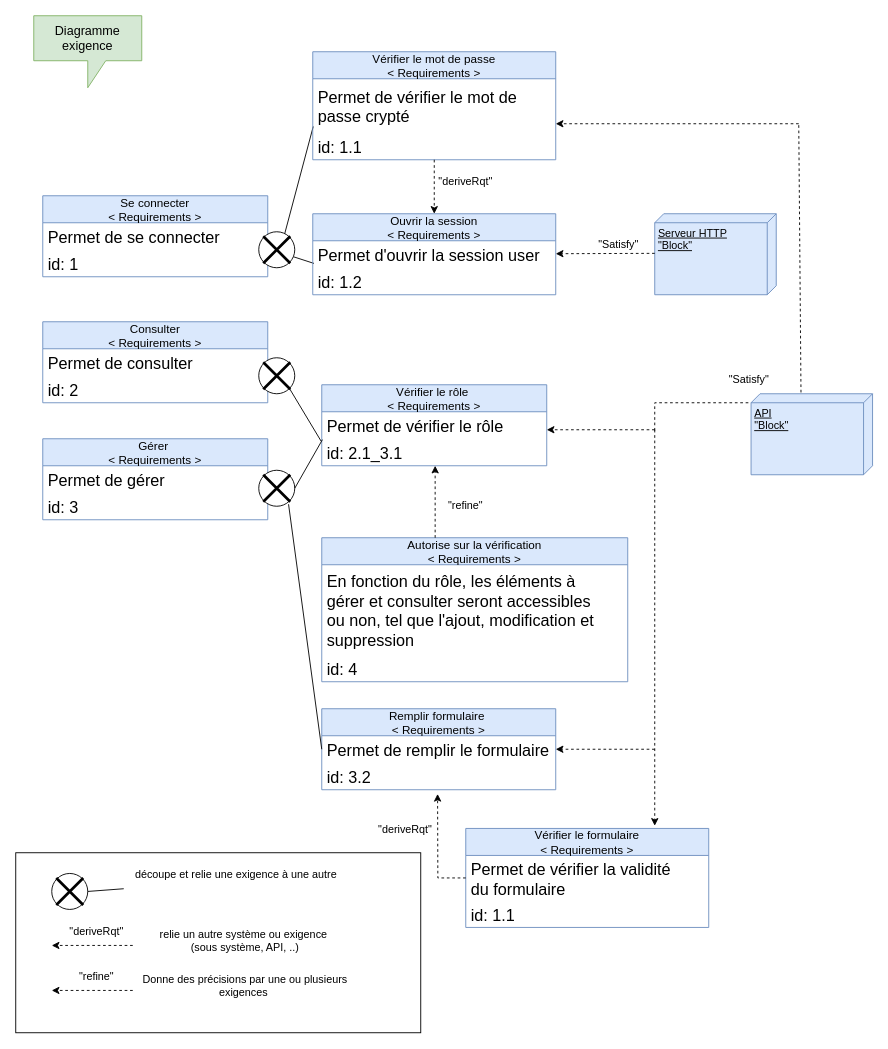
The draw.io diagram page "Exigence" (1 of 5) of Diagrammes/diagrammesDragNReceive.drawio in KadenHD/DragNReceive_General, before the edit. Source tidied: cells renumbered, new cells numbered last; positions are measured from the earlier drawing's top-left corner, leaving out a move shared by most shapes. Both pictures are drawn from the tidied source at 90%, with x=0, y=0 at pixel (15, 15).
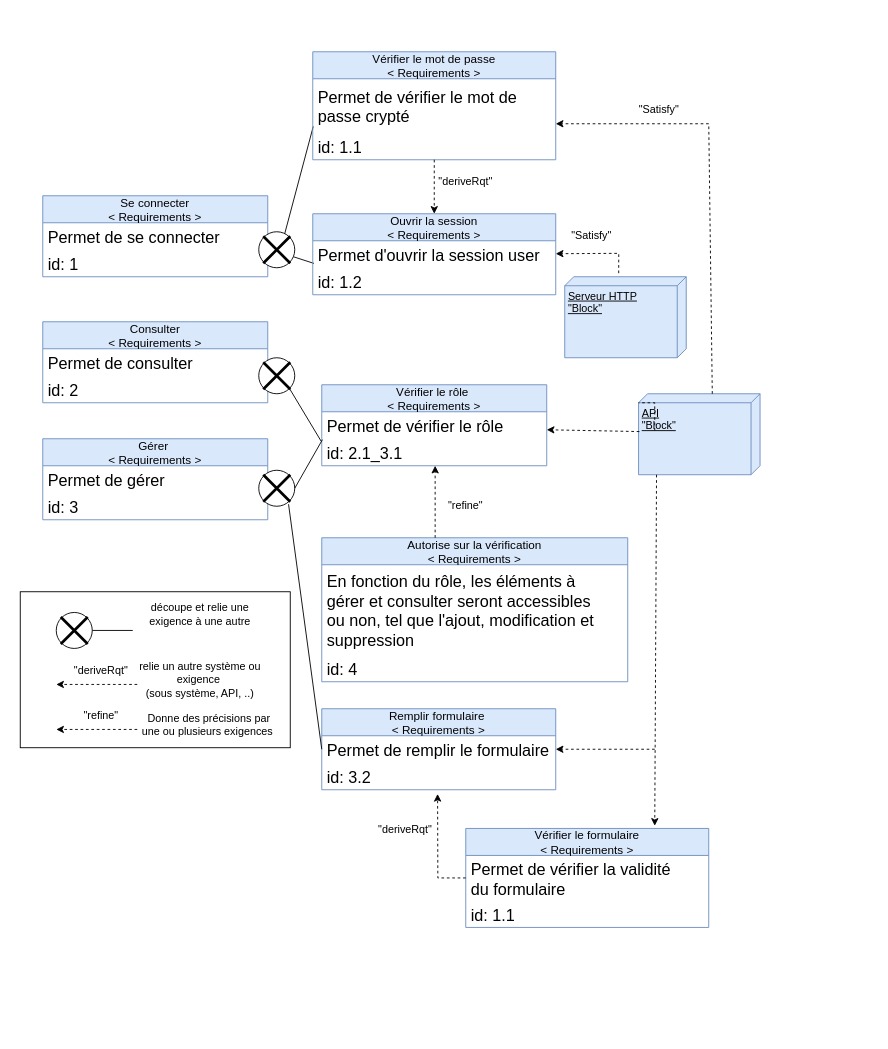
Above is the later version.

What changed in the source:
```diff
@@
     <mxCell id="6" style="rounded=0;whiteSpace=wrap;html=1;" parent="1" vertex="1">
-      <mxGeometry y="930" width="450" height="200" as="geometry" />
+      <mxGeometry x="5" y="640" width="300" height="173.3" as="geometry" />
     </mxCell>
     <mxCell id="7" style="ellipse;whiteSpace=wrap;html=1;" parent="1" vertex="1">
-      <mxGeometry x="40" y="953" width="40" height="40" as="geometry" />
+      <mxGeometry x="45" y="663" width="40" height="40" as="geometry" />
     </mxCell>
     <mxCell id="8" style="shape=umlDestroy;whiteSpace=wrap;html=1;strokeWidth=3;" parent="1" vertex="1">
-      <mxGeometry x="45" y="958" width="30" height="30" as="geometry" />
+      <mxGeometry x="50" y="668" width="30" height="30" as="geometry" />
     </mxCell>
     <mxCell id="9" value="découpe et relie une exigence à une autre" style="text;html=1;strokeColor=none;fillColor=none;align=center;verticalAlign=middle;whiteSpace=wrap;rounded=0;" parent="1" vertex="1">
-      <mxGeometry x="120" y="940" width="250" height="30" as="geometry" />
+      <mxGeometry x="125" y="650" width="160" height="30" as="geometry" />
     </mxCell>
     <mxCell id="10" style="edgeStyle=none;rounded=0;orthogonalLoop=1;jettySize=auto;html=1;dashed=1;entryX=0;entryY=0.5;entryDx=0;entryDy=0;" parent="1" edge="1">
       <mxGeometry relative="1" as="geometry">
-        <mxPoint x="130" y="1033" as="sourcePoint" />
-        <mxPoint x="40" y="1033" as="targetPoint" />
+        <mxPoint x="135" y="743" as="sourcePoint" />
+        <mxPoint x="45" y="743" as="targetPoint" />
       </mxGeometry>
     </mxCell>
     <mxCell id="11" value="relie un autre système ou exigence&amp;nbsp;&lt;br&gt;(sous système, API, ..)" style="text;html=1;strokeColor=none;fillColor=none;align=center;verticalAlign=middle;whiteSpace=wrap;rounded=0;" parent="1" vertex="1">
-      <mxGeometry x="130" y="1013" width="250" height="30" as="geometry" />
+      <mxGeometry x="135" y="723" width="140" height="30" as="geometry" />
     </mxCell>
     <mxCell id="12" value="Donne des précisions par une ou plusieurs exigences&amp;nbsp;" style="text;html=1;strokeColor=none;fillColor=none;align=center;verticalAlign=middle;whiteSpace=wrap;rounded=0;" parent="1" vertex="1">
-      <mxGeometry x="130" y="1063" width="250" height="30" as="geometry" />
+      <mxGeometry x="135" y="773" width="160" height="30" as="geometry" />
     </mxCell>
     <mxCell id="13" style="edgeStyle=none;rounded=0;orthogonalLoop=1;jettySize=auto;html=1;dashed=1;entryX=0;entryY=0.5;entryDx=0;entryDy=0;" parent="1" edge="1">
       <mxGeometry relative="1" as="geometry">
-        <mxPoint x="130" y="1083" as="sourcePoint" />
-        <mxPoint x="40" y="1083" as="targetPoint" />
+        <mxPoint x="135" y="793" as="sourcePoint" />
+        <mxPoint x="45" y="793" as="targetPoint" />
       </mxGeometry>
     </mxCell>
     <mxCell id="14" value="&quot;deriveRqt&quot;" style="text;html=1;strokeColor=none;fillColor=none;align=center;verticalAlign=middle;whiteSpace=wrap;rounded=0;" parent="1" vertex="1">
-      <mxGeometry x="60" y="1003" width="60" height="30" as="geometry" />
+      <mxGeometry x="65" y="713" width="60" height="30" as="geometry" />
     </mxCell>
     <mxCell id="15" value="&quot;refine&quot;" style="text;html=1;strokeColor=none;fillColor=none;align=center;verticalAlign=middle;whiteSpace=wrap;rounded=0;" parent="1" vertex="1">
-      <mxGeometry x="60" y="1053" width="60" height="30" as="geometry" />
+      <mxGeometry x="65" y="763" width="60" height="30" as="geometry" />
     </mxCell>
-    <mxCell id="16" value="Diagramme exigence" style="shape=callout;whiteSpace=wrap;html=1;perimeter=calloutPerimeter;rounded=0;fontSize=14;strokeWidth=1;verticalAlign=middle;fillColor=#d5e8d4;strokeColor=#82b366;" parent="1" vertex="1">
-      <mxGeometry x="20" width="120" height="80" as="geometry" />
-    </mxCell>
@@
     <mxCell id="24" style="edgeStyle=none;rounded=0;orthogonalLoop=1;jettySize=auto;html=1;dashed=1;entryX=0;entryY=0.5;entryDx=0;entryDy=0;" parent="1" edge="1">
       <mxGeometry relative="1" as="geometry">
-        <mxPoint x="870" y="120" as="sourcePoint" />
+        <mxPoint x="770" y="120" as="sourcePoint" />
         <mxPoint x="600" y="120" as="targetPoint" />
       </mxGeometry>
     </mxCell>
     <mxCell id="25" value="&quot;Satisfy&quot;" style="text;html=1;strokeColor=none;fillColor=none;align=center;verticalAlign=middle;whiteSpace=wrap;rounded=0;" parent="1" vertex="1">
-      <mxGeometry x="785" y="390" width="60" height="30" as="geometry" />
+      <mxGeometry x="685" y="90" width="60" height="30" as="geometry" />
     </mxCell>
@@
     <mxCell id="32" value="API&lt;br&gt;&quot;Block&quot;" style="verticalAlign=top;align=left;spacingTop=8;spacingLeft=2;spacingRight=12;shape=cube;size=10;direction=south;fontStyle=4;html=1;fillColor=#dae8fc;strokeColor=#6c8ebf;" parent="1" vertex="1">
-      <mxGeometry x="817" y="420" width="135" height="90" as="geometry" />
+      <mxGeometry x="692" y="420" width="135" height="90" as="geometry" />
     </mxCell>
@@
-    <mxCell id="46" style="edgeStyle=none;rounded=0;orthogonalLoop=1;jettySize=auto;html=1;dashed=1;entryX=0;entryY=0.5;entryDx=0;entryDy=0;" parent="1" edge="1">
+    <mxCell id="46" style="edgeStyle=none;rounded=0;jettySize=auto;html=1;dashed=1;entryX=0;entryY=0.5;entryDx=0;entryDy=0;exitX=0.467;exitY=0.993;exitDx=0;exitDy=0;exitPerimeter=0;" parent="1" edge="1" source="32">
       <mxGeometry relative="1" as="geometry">
-        <mxPoint x="710" y="460" as="sourcePoint" />
         <mxPoint x="590" y="460" as="targetPoint" />
       </mxGeometry>
     </mxCell>
-    <mxCell id="47" style="endArrow=none;html=1;rounded=0;fontSize=13;horizontal=1;verticalAlign=middle;exitX=1;exitY=0.5;exitDx=0;exitDy=0;entryX=0;entryY=1;entryDx=0;entryDy=0;" parent="1" edge="1" source="7" target="9">
-      <mxGeometry relative="1" as="geometry" />
+    <mxCell id="47" style="endArrow=none;html=1;rounded=0;fontSize=13;horizontal=1;verticalAlign=middle;exitX=1;exitY=0.5;exitDx=0;exitDy=0;" parent="1" edge="1" source="7">
+      <mxGeometry relative="1" as="geometry">
+        <mxPoint x="130" y="683" as="targetPoint" />
+      </mxGeometry>
     </mxCell>
@@
-    <mxCell id="62" style="edgeStyle=none;rounded=0;orthogonalLoop=1;jettySize=auto;html=1;dashed=1;" parent="1" edge="1">
+    <mxCell id="62" style="edgeStyle=none;rounded=0;jettySize=auto;html=1;dashed=1;exitX=1;exitY=0.852;exitDx=0;exitDy=0;exitPerimeter=0;" parent="1" edge="1" source="32">
       <mxGeometry relative="1" as="geometry">
-        <mxPoint x="710" y="460" as="sourcePoint" />
         <mxPoint x="710" y="900" as="targetPoint" />
       </mxGeometry>
     </mxCell>
@@
-    <mxCell id="65" style="endArrow=none;dashed=1;html=1;rounded=0;exitX=-0.016;exitY=0.589;exitDx=0;exitDy=0;exitPerimeter=0;" parent="1" edge="1" source="32">
+    <mxCell id="65" style="endArrow=none;dashed=1;html=1;rounded=0;exitX=0;exitY=0.393;exitDx=0;exitDy=0;exitPerimeter=0;" parent="1" edge="1" source="32">
       <mxGeometry relative="1" as="geometry">
-        <mxPoint x="870" y="120" as="targetPoint" />
+        <mxPoint x="770" y="120" as="targetPoint" />
       </mxGeometry>
     </mxCell>
     <mxCell id="66" value="Serveur HTTP&lt;br&gt;&quot;Block&quot;" style="verticalAlign=top;align=left;spacingTop=8;spacingLeft=2;spacingRight=12;shape=cube;size=10;direction=south;fontStyle=4;html=1;fillColor=#dae8fc;strokeColor=#6c8ebf;" parent="1" vertex="1">
-      <mxGeometry x="710" y="220" width="135" height="90" as="geometry" />
+      <mxGeometry x="610" y="290" width="135" height="90" as="geometry" />
     </mxCell>
-    <mxCell id="67" style="edgeStyle=none;rounded=0;orthogonalLoop=1;jettySize=auto;html=1;dashed=1;entryX=0;entryY=0.5;entryDx=0;entryDy=0;" parent="1" edge="1">
+    <mxCell id="67" style="edgeStyle=none;rounded=0;jettySize=auto;html=1;dashed=1;entryX=0;entryY=0.5;entryDx=0;entryDy=0;exitX=-0.044;exitY=0.556;exitDx=0;exitDy=0;exitPerimeter=0;" parent="1" edge="1" source="66">
       <mxGeometry relative="1" as="geometry">
-        <mxPoint x="710" y="264" as="sourcePoint" />
         <mxPoint x="600" y="264.4" as="targetPoint" />
+        <Array as="points">
+          <mxPoint x="670" y="264" />
+        </Array>
       </mxGeometry>
     </mxCell>
     <mxCell id="68" value="&quot;Satisfy&quot;" style="text;html=1;strokeColor=none;fillColor=none;align=center;verticalAlign=middle;whiteSpace=wrap;rounded=0;" parent="1" vertex="1">
-      <mxGeometry x="640" y="240" width="60" height="30" as="geometry" />
+      <mxGeometry x="610" y="230" width="60" height="30" as="geometry" />
     </mxCell>
```
